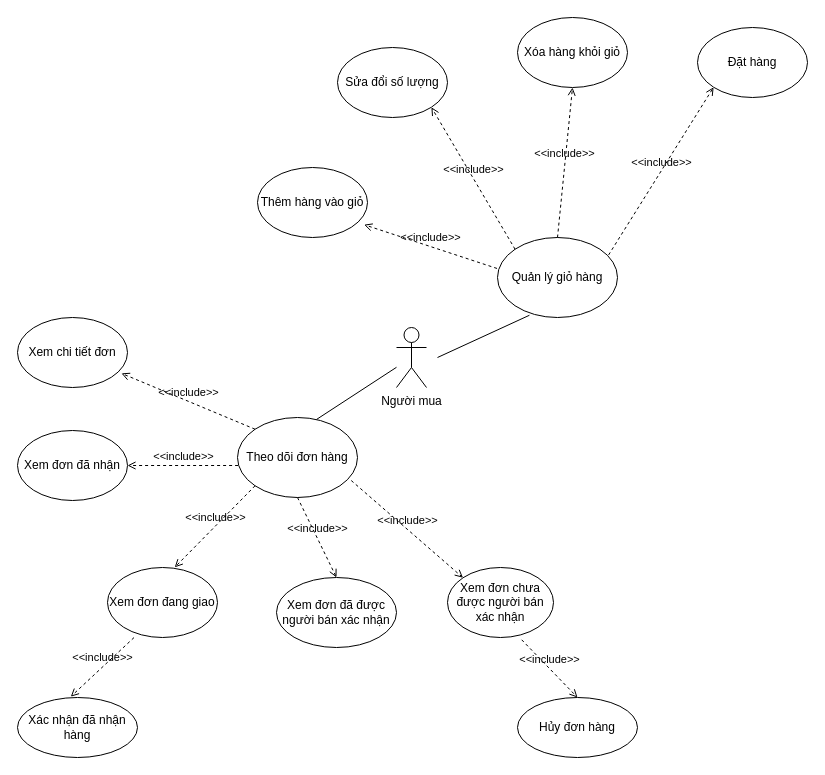
This is UsecaeSeminarCustomer.drawio from NguyenQuocAn99/MyDiagram, a draw.io file, before an edit. Source tidied: cells renumbered, new cells numbered last; positions are measured from the earlier drawing's top-left corner, leaving out a move shared by most shapes. Both pictures are drawn from the tidied source at 100%, with x=0, y=0 at pixel (17, 17).
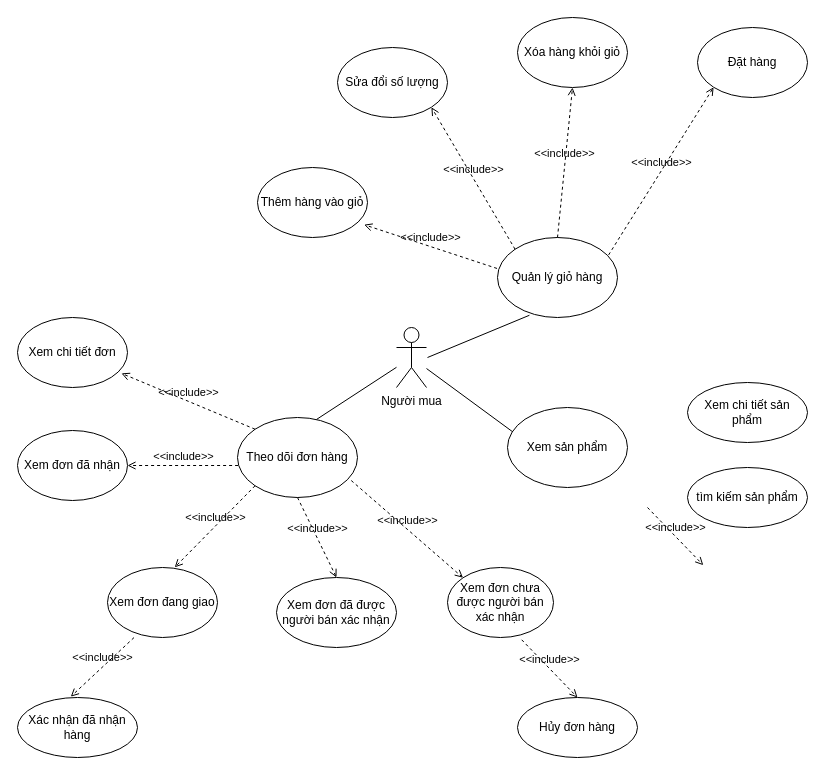
The same page after the edit.

Unchanged cells that the change refers to:
```xml
<mxCell id="2" value="Người mua" style="shape=umlActor;verticalLabelPosition=bottom;verticalAlign=top;html=1;outlineConnect=0;" parent="1" vertex="1">
  <mxGeometry x="379" y="310" width="30" height="60" as="geometry" />
</mxCell>
<mxCell id="4" value="Quản lý giỏ hàng" style="ellipse;whiteSpace=wrap;html=1;" parent="1" vertex="1">
  <mxGeometry x="480" y="220" width="120" height="80" as="geometry" />
</mxCell>
```

Diff of the diagram source:
```diff
@@
     <mxCell id="6" style="endArrow=none;html=1;entryX=0.266;entryY=0.972;entryDx=0;entryDy=0;entryPerimeter=0;" parent="1" edge="1" target="4">
       <mxGeometry relative="1" as="geometry">
-        <mxPoint x="420" y="340" as="sourcePoint" />
+        <mxPoint x="410" y="340" as="sourcePoint" />
       </mxGeometry>
     </mxCell>
@@
+    <mxCell id="29" value="Xem sản phẩm" style="ellipse;whiteSpace=wrap;html=1;" parent="1" vertex="1">
+      <mxGeometry x="490" y="390" width="120" height="80" as="geometry" />
+    </mxCell>
+    <mxCell id="30" style="endArrow=none;html=1;entryX=0.044;entryY=0.305;entryDx=0;entryDy=0;entryPerimeter=0;" parent="1" edge="1" source="2" target="29">
+      <mxGeometry relative="1" as="geometry" />
+    </mxCell>
+    <mxCell id="31" value="Xem chi tiết sản phẩm" style="ellipse;whiteSpace=wrap;html=1;" parent="1" vertex="1">
+      <mxGeometry x="670" y="365" width="120" height="60" as="geometry" />
+    </mxCell>
+    <mxCell id="32" value="tìm kiếm sản phẩm" style="ellipse;whiteSpace=wrap;html=1;" parent="1" vertex="1">
+      <mxGeometry x="670" y="450" width="120" height="60" as="geometry" />
+    </mxCell>
+    <mxCell id="33" value="&amp;lt;&amp;lt;include&amp;gt;&amp;gt;" style="html=1;verticalAlign=bottom;labelBackgroundColor=none;endArrow=open;endFill=0;dashed=1;exitX=0.7;exitY=1.033;exitDx=0;exitDy=0;entryX=0.5;entryY=0;entryDx=0;entryDy=0;exitPerimeter=0;" parent="1" edge="1">
+      <mxGeometry relative="1" as="geometry">
+        <mxPoint x="630" y="490" as="sourcePoint" />
+        <mxPoint x="685.8" y="547.7" as="targetPoint" />
+      </mxGeometry>
+    </mxCell>
```
